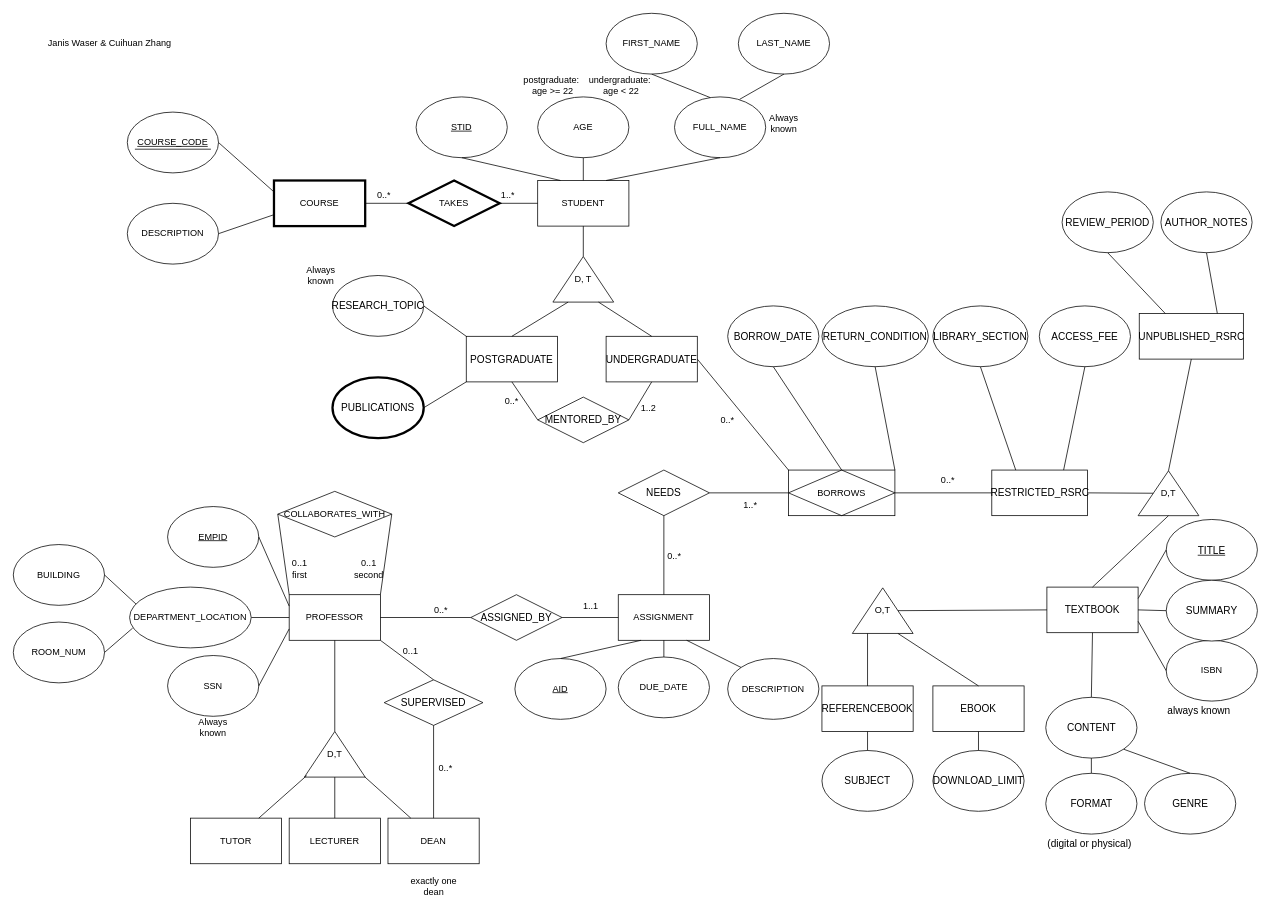
This is Homework1/DM-HW1_Janis & Cuihuan.drawio from us-ja/Data_Management, a draw.io file, before an edit. Source tidied: cells renumbered, new cells numbered last; positions are measured from the earlier drawing's top-left corner, leaving out a move shared by most shapes. Both pictures are drawn from the tidied source at 76%, with x=0, y=0 at pixel (13, 13).
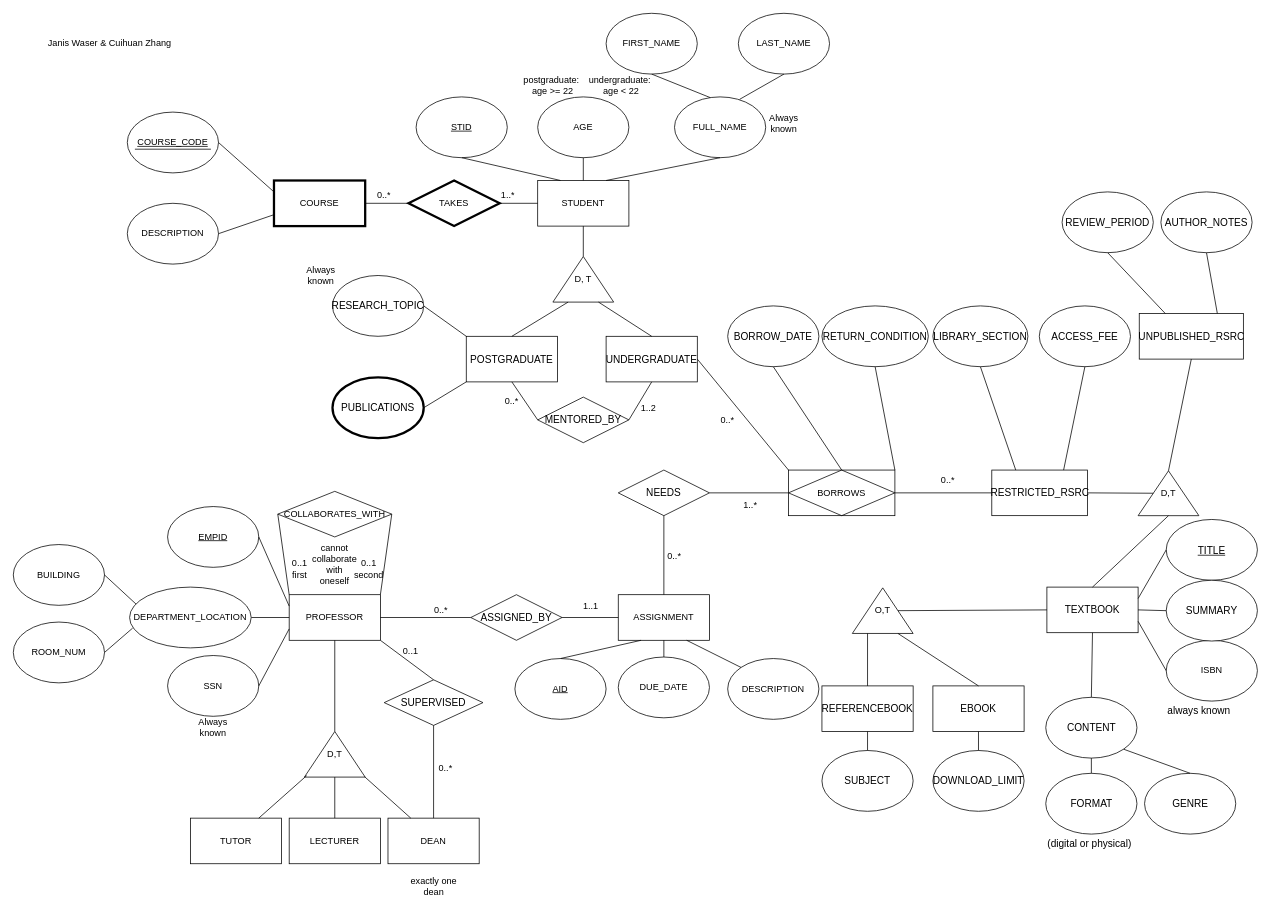
After the change.

Commit message:
collaborate annotate

Change to the diagram source:
```diff
@@
+    <mxCell id="140" value="cannot collaborate with oneself" style="text;html=1;align=center;verticalAlign=middle;whiteSpace=wrap;rounded=0;" parent="1" vertex="1">
+      <mxGeometry x="393" y="710" width="60" height="30" as="geometry" />
+    </mxCell>
```
